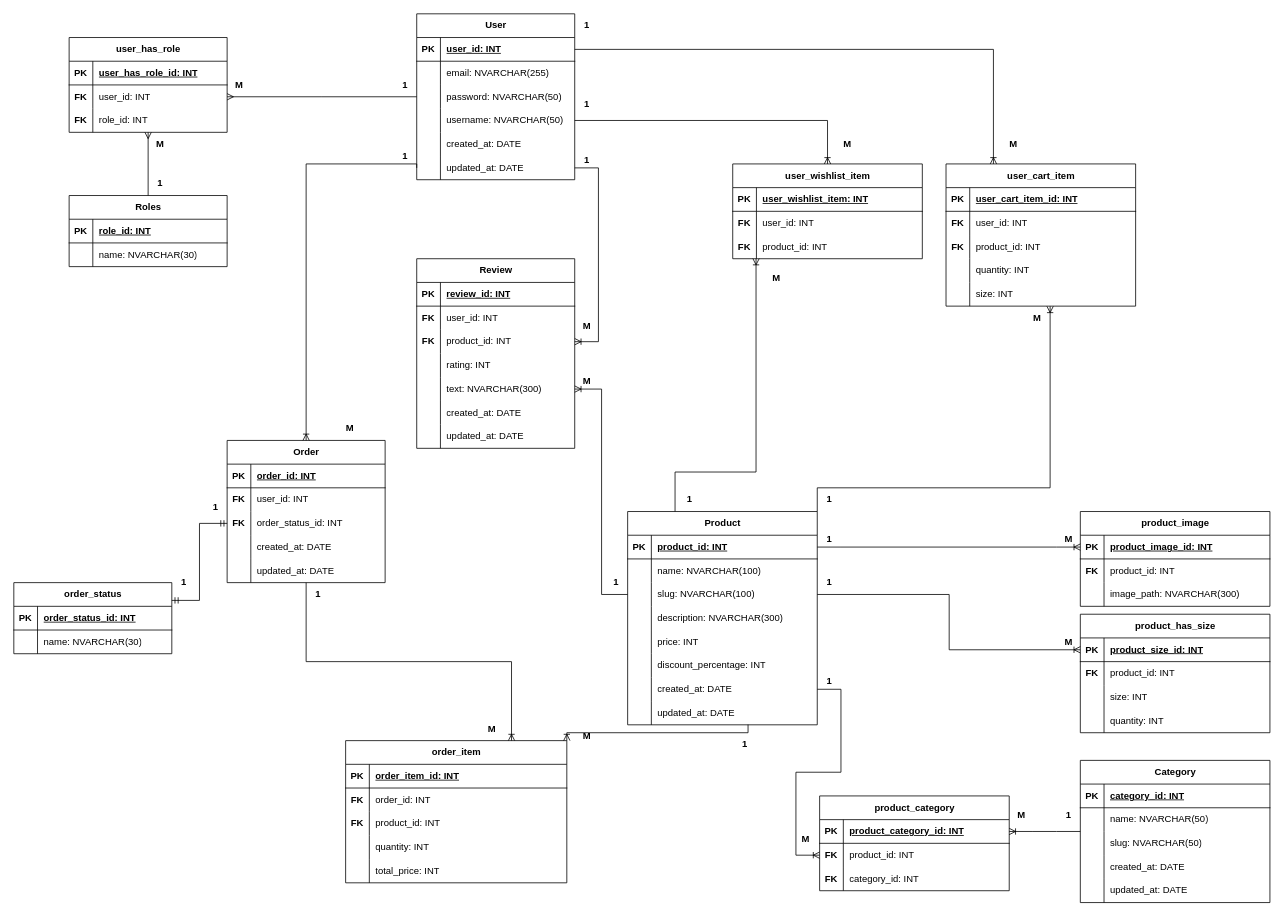
This is docs/ECommerce-ER.drawio from danilovvvladimir/quasar, a draw.io file, before an edit. Source tidied: cells renumbered, new cells numbered last; positions are measured from the earlier drawing's top-left corner, leaving out a move shared by most shapes. Both pictures are drawn from the tidied source at 79%, with x=0, y=0 at pixel (13, 13).
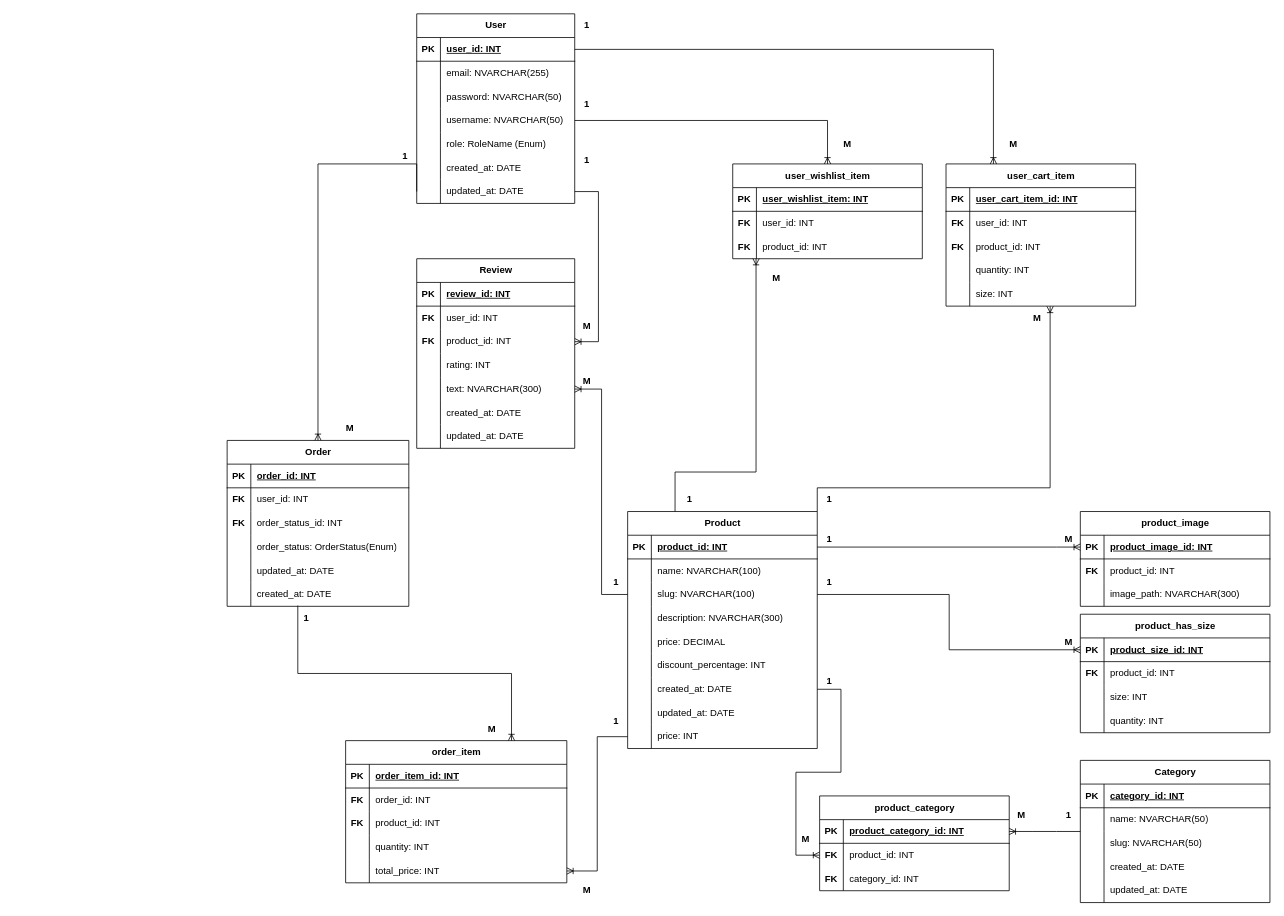
After the change.

Unchanged cells that the change refers to:
```xml
<mxCell id="9" style="shape=tableRow;horizontal=0;startSize=0;swimlaneHead=0;swimlaneBody=0;fillColor=none;points=[[0,0.5],[1,0.5]];portConstraint=eastwest;top=0;left=0;right=0;bottom=0;" parent="2" vertex="1">
  <mxGeometry y="90" width="200" height="30" as="geometry" />
</mxCell>
<mxCell id="34" style="shape=tableRow;horizontal=0;startSize=0;swimlaneHead=0;swimlaneBody=0;fillColor=none;top=0;left=0;right=0;bottom=0;" parent="21" vertex="1">
  <mxGeometry y="150" width="240" height="30" as="geometry" />
</mxCell>
<mxCell id="43" style="shape=tableRow;horizontal=0;startSize=0;swimlaneHead=0;swimlaneBody=0;fillColor=none;points=[[0,0.5],[1,0.5]];portConstraint=eastwest;top=0;left=0;right=0;bottom=0;" parent="21" vertex="1">
  <mxGeometry y="240" width="240" height="30" as="geometry" />
</mxCell>
<mxCell id="107" value="order_item" style="shape=table;startSize=30;childLayout=tableLayout;rowLines=0;fontStyle=1;align=center;html=1;" parent="1" vertex="1">
  <mxGeometry x="420" y="920" width="280" height="180" as="geometry" />
</mxCell>
<mxCell id="120" style="shape=tableRow;horizontal=0;startSize=0;swimlaneHead=0;swimlaneBody=0;fillColor=none;points=[[0,0.5],[1,0.5]];portConstraint=eastwest;top=0;left=0;right=0;bottom=0;" parent="107" vertex="1">
  <mxGeometry y="150" width="280" height="30" as="geometry" />
</mxCell>
```

Change to the diagram source:
```diff
@@
     <mxCell id="2" value="User" style="shape=table;startSize=30;childLayout=tableLayout;rowLines=0;fontStyle=1;align=center;html=1;" parent="1" vertex="1">
-      <mxGeometry x="510" width="200" height="210" as="geometry" />
+      <mxGeometry x="510" width="200" height="240" as="geometry" />
     </mxCell>
@@
+    <mxCell id="247" style="shape=tableRow;horizontal=0;startSize=0;swimlaneHead=0;swimlaneBody=0;fillColor=none;top=0;left=0;right=0;bottom=0;" parent="2" vertex="1">
+      <mxGeometry y="150" width="200" height="30" as="geometry" />
+    </mxCell>
+    <mxCell id="248" style="shape=partialRectangle;fillColor=none;top=0;left=0;bottom=0;right=0;overflow=hidden;whiteSpace=wrap;html=1;" parent="247" vertex="1">
+      <mxGeometry width="30" height="30" as="geometry" />
+    </mxCell>
+    <mxCell id="249" value="role: RoleName (Enum)" style="shape=partialRectangle;fillColor=none;top=0;left=0;bottom=0;right=0;align=left;spacingLeft=6;overflow=hidden;whiteSpace=wrap;html=1;" parent="247" vertex="1">
+      <mxGeometry x="30" width="170" height="30" as="geometry" />
+    </mxCell>
     <mxCell id="15" style="shape=tableRow;horizontal=0;startSize=0;swimlaneHead=0;swimlaneBody=0;fillColor=none;top=0;left=0;right=0;bottom=0;" parent="2" vertex="1">
-      <mxGeometry y="150" width="200" height="30" as="geometry" />
+      <mxGeometry y="180" width="200" height="30" as="geometry" />
     </mxCell>
@@
     <mxCell id="18" style="shape=tableRow;horizontal=0;startSize=0;swimlaneHead=0;swimlaneBody=0;fillColor=none;points=[[0,0.5],[1,0.5]];portConstraint=eastwest;top=0;left=0;right=0;bottom=0;" parent="2" vertex="1">
-      <mxGeometry y="180" width="200" height="30" as="geometry" />
+      <mxGeometry y="210" width="200" height="30" as="geometry" />
     </mxCell>
@@
     <mxCell id="21" value="Product" style="shape=table;startSize=30;childLayout=tableLayout;rowLines=0;fontStyle=1;align=center;html=1;" parent="1" vertex="1">
-      <mxGeometry x="777" y="630" width="240" height="270" as="geometry" />
+      <mxGeometry x="777" y="630" width="240" height="300" as="geometry" />
     </mxCell>
@@
-    <mxCell id="36" value="price: INT" style="shape=partialRectangle;fillColor=none;top=0;left=0;bottom=0;right=0;align=left;spacingLeft=6;overflow=hidden;whiteSpace=wrap;html=1;" parent="34" vertex="1">
+    <mxCell id="36" value="price: DECIMAL" style="shape=partialRectangle;fillColor=none;top=0;left=0;bottom=0;right=0;align=left;spacingLeft=6;overflow=hidden;whiteSpace=wrap;html=1;" parent="34" vertex="1">
       <mxGeometry x="30" width="210" height="30" as="geometry" />
     </mxCell>
@@
-    <mxCell id="46" value="Roles" style="shape=table;startSize=30;childLayout=tableLayout;rowLines=0;fontStyle=1;align=center;html=1;" parent="1" vertex="1">
-      <mxGeometry x="70" y="230" width="200" height="90" as="geometry" />
-    </mxCell>
-    <mxCell id="47" style="shape=tableRow;horizontal=0;startSize=0;swimlaneHead=0;swimlaneBody=0;fillColor=none;top=0;left=0;right=0;bottom=1;" parent="46" vertex="1">
-      <mxGeometry y="30" width="200" height="30" as="geometry" />
-    </mxCell>
-    <mxCell id="48" value="PK" style="shape=partialRectangle;fillColor=none;top=0;left=0;bottom=0;right=0;fontStyle=1;overflow=hidden;whiteSpace=wrap;html=1;" parent="47" vertex="1">
-      <mxGeometry width="30" height="30" as="geometry" />
-    </mxCell>
-    <mxCell id="49" value="role_id: INT" style="shape=partialRectangle;fillColor=none;top=0;left=0;bottom=0;right=0;align=left;spacingLeft=6;fontStyle=5;overflow=hidden;whiteSpace=wrap;html=1;" parent="47" vertex="1">
-      <mxGeometry x="30" width="170" height="30" as="geometry" />
-    </mxCell>
-    <mxCell id="50" style="shape=tableRow;horizontal=0;startSize=0;swimlaneHead=0;swimlaneBody=0;fillColor=none;top=0;left=0;right=0;bottom=0;" parent="46" vertex="1">
-      <mxGeometry y="60" width="200" height="30" as="geometry" />
-    </mxCell>
-    <mxCell id="51" style="shape=partialRectangle;fillColor=none;top=0;left=0;bottom=0;right=0;overflow=hidden;whiteSpace=wrap;html=1;" parent="50" vertex="1">
-      <mxGeometry width="30" height="30" as="geometry" />
-    </mxCell>
-    <mxCell id="52" value="name: NVARCHAR(30)" style="shape=partialRectangle;fillColor=none;top=0;left=0;bottom=0;right=0;align=left;spacingLeft=6;overflow=hidden;whiteSpace=wrap;html=1;" parent="50" vertex="1">
-      <mxGeometry x="30" width="170" height="30" as="geometry" />
-    </mxCell>
+    <mxCell id="250" style="shape=tableRow;horizontal=0;startSize=0;swimlaneHead=0;swimlaneBody=0;fillColor=none;points=[[0,0.5],[1,0.5]];portConstraint=eastwest;top=0;left=0;right=0;bottom=0;" parent="21" vertex="1">
+      <mxGeometry y="270" width="240" height="30" as="geometry" />
+    </mxCell>
+    <mxCell id="251" style="shape=partialRectangle;fillColor=none;top=0;left=0;bottom=0;right=0;overflow=hidden;whiteSpace=wrap;html=1;" parent="250" vertex="1">
+      <mxGeometry width="30" height="30" as="geometry" />
+    </mxCell>
+    <mxCell id="252" value="price: INT" style="shape=partialRectangle;fillColor=none;top=0;left=0;bottom=0;right=0;align=left;spacingLeft=6;overflow=hidden;whiteSpace=wrap;html=1;" parent="250" vertex="1">
+      <mxGeometry x="30" width="210" height="30" as="geometry" />
+    </mxCell>
@@
     <mxCell id="91" value="Order" style="shape=table;startSize=30;childLayout=tableLayout;rowLines=0;fontStyle=1;align=center;html=1;" parent="1" vertex="1">
-      <mxGeometry x="270" y="540" width="200" height="180" as="geometry" />
+      <mxGeometry x="270" y="540" width="230" height="210" as="geometry" />
     </mxCell>
     <mxCell id="92" style="shape=tableRow;horizontal=0;startSize=0;swimlaneHead=0;swimlaneBody=0;fillColor=none;top=0;left=0;right=0;bottom=1;" parent="91" vertex="1">
-      <mxGeometry y="30" width="200" height="30" as="geometry" />
+      <mxGeometry y="30" width="230" height="30" as="geometry" />
     </mxCell>
@@
     <mxCell id="94" value="order_id: INT" style="shape=partialRectangle;fillColor=none;top=0;left=0;bottom=0;right=0;align=left;spacingLeft=6;fontStyle=5;overflow=hidden;whiteSpace=wrap;html=1;" parent="92" vertex="1">
-      <mxGeometry x="30" width="170" height="30" as="geometry" />
+      <mxGeometry x="30" width="200" height="30" as="geometry" />
     </mxCell>
     <mxCell id="95" style="shape=tableRow;horizontal=0;startSize=0;swimlaneHead=0;swimlaneBody=0;fillColor=none;top=0;left=0;right=0;bottom=0;" parent="91" vertex="1">
-      <mxGeometry y="60" width="200" height="30" as="geometry" />
+      <mxGeometry y="60" width="230" height="30" as="geometry" />
     </mxCell>
@@
     <mxCell id="97" value="user_id: INT" style="shape=partialRectangle;fillColor=none;top=0;left=0;bottom=0;right=0;align=left;spacingLeft=6;overflow=hidden;whiteSpace=wrap;html=1;" parent="95" vertex="1">
-      <mxGeometry x="30" width="170" height="30" as="geometry" />
+      <mxGeometry x="30" width="200" height="30" as="geometry" />
     </mxCell>
     <mxCell id="98" style="shape=tableRow;horizontal=0;startSize=0;swimlaneHead=0;swimlaneBody=0;fillColor=none;points=[[0,0.5],[1,0.5]];portConstraint=eastwest;top=0;left=0;right=0;bottom=0;" parent="91" vertex="1">
-      <mxGeometry y="90" width="200" height="30" as="geometry" />
+      <mxGeometry y="90" width="230" height="30" as="geometry" />
     </mxCell>
@@
     <mxCell id="100" value="order_status_id: INT" style="shape=partialRectangle;fillColor=none;top=0;left=0;bottom=0;right=0;align=left;spacingLeft=6;overflow=hidden;whiteSpace=wrap;html=1;" parent="98" vertex="1">
-      <mxGeometry x="30" width="170" height="30" as="geometry" />
+      <mxGeometry x="30" width="200" height="30" as="geometry" />
     </mxCell>
     <mxCell id="101" style="shape=tableRow;horizontal=0;startSize=0;swimlaneHead=0;swimlaneBody=0;fillColor=none;top=0;left=0;right=0;bottom=0;" parent="91" vertex="1">
-      <mxGeometry y="120" width="200" height="30" as="geometry" />
+      <mxGeometry y="120" width="230" height="30" as="geometry" />
     </mxCell>
@@
-    <mxCell id="103" value="created_at: DATE" style="shape=partialRectangle;fillColor=none;top=0;left=0;bottom=0;right=0;align=left;spacingLeft=6;overflow=hidden;whiteSpace=wrap;html=1;" parent="101" vertex="1">
-      <mxGeometry x="30" width="170" height="30" as="geometry" />
+    <mxCell id="103" value="order_status: OrderStatus(Enum)" style="shape=partialRectangle;fillColor=none;top=0;left=0;bottom=0;right=0;align=left;spacingLeft=6;overflow=hidden;whiteSpace=wrap;html=1;" parent="101" vertex="1">
+      <mxGeometry x="30" width="200" height="30" as="geometry" />
     </mxCell>
     <mxCell id="104" style="shape=tableRow;horizontal=0;startSize=0;swimlaneHead=0;swimlaneBody=0;fillColor=none;points=[[0,0.5],[1,0.5]];portConstraint=eastwest;top=0;left=0;right=0;bottom=0;" parent="91" vertex="1">
-      <mxGeometry y="150" width="200" height="30" as="geometry" />
+      <mxGeometry y="150" width="230" height="30" as="geometry" />
     </mxCell>
@@
     <mxCell id="106" value="updated_at: DATE" style="shape=partialRectangle;fillColor=none;top=0;left=0;bottom=0;right=0;align=left;spacingLeft=6;overflow=hidden;whiteSpace=wrap;html=1;" parent="104" vertex="1">
-      <mxGeometry x="30" width="170" height="30" as="geometry" />
+      <mxGeometry x="30" width="200" height="30" as="geometry" />
     </mxCell>
+    <mxCell id="253" style="shape=tableRow;horizontal=0;startSize=0;swimlaneHead=0;swimlaneBody=0;fillColor=none;points=[[0,0.5],[1,0.5]];portConstraint=eastwest;top=0;left=0;right=0;bottom=0;" parent="91" vertex="1">
+      <mxGeometry y="180" width="230" height="30" as="geometry" />
+    </mxCell>
+    <mxCell id="254" style="shape=partialRectangle;fillColor=none;top=0;left=0;bottom=0;right=0;overflow=hidden;whiteSpace=wrap;html=1;" parent="253" vertex="1">
+      <mxGeometry width="30" height="30" as="geometry" />
+    </mxCell>
+    <mxCell id="255" value="created_at: DATE" style="shape=partialRectangle;fillColor=none;top=0;left=0;bottom=0;right=0;align=left;spacingLeft=6;overflow=hidden;whiteSpace=wrap;html=1;" parent="253" vertex="1">
+      <mxGeometry x="30" width="200" height="30" as="geometry" />
+    </mxCell>
@@
-    <mxCell id="159" value="order_status" style="shape=table;startSize=30;childLayout=tableLayout;rowLines=0;fontStyle=1;align=center;html=1;" parent="1" vertex="1">
-      <mxGeometry y="720" width="200" height="90" as="geometry" />
-    </mxCell>
-    <mxCell id="160" style="shape=tableRow;horizontal=0;startSize=0;swimlaneHead=0;swimlaneBody=0;fillColor=none;top=0;left=0;right=0;bottom=1;" parent="159" vertex="1">
-      <mxGeometry y="30" width="200" height="30" as="geometry" />
-    </mxCell>
-    <mxCell id="161" value="PK" style="shape=partialRectangle;fillColor=none;top=0;left=0;bottom=0;right=0;fontStyle=1;overflow=hidden;whiteSpace=wrap;html=1;" parent="160" vertex="1">
-      <mxGeometry width="30" height="30" as="geometry" />
-    </mxCell>
-    <mxCell id="162" value="order_status_id: INT" style="shape=partialRectangle;fillColor=none;top=0;left=0;bottom=0;right=0;align=left;spacingLeft=6;fontStyle=5;overflow=hidden;whiteSpace=wrap;html=1;" parent="160" vertex="1">
-      <mxGeometry x="30" width="170" height="30" as="geometry" />
-    </mxCell>
-    <mxCell id="163" style="shape=tableRow;horizontal=0;startSize=0;swimlaneHead=0;swimlaneBody=0;fillColor=none;top=0;left=0;right=0;bottom=0;" parent="159" vertex="1">
-      <mxGeometry y="60" width="200" height="30" as="geometry" />
-    </mxCell>
-    <mxCell id="164" style="shape=partialRectangle;fillColor=none;top=0;left=0;bottom=0;right=0;overflow=hidden;whiteSpace=wrap;html=1;" parent="163" vertex="1">
-      <mxGeometry width="30" height="30" as="geometry" />
-    </mxCell>
-    <mxCell id="165" value="name: NVARCHAR(30)" style="shape=partialRectangle;fillColor=none;top=0;left=0;bottom=0;right=0;align=left;spacingLeft=6;overflow=hidden;whiteSpace=wrap;html=1;" parent="163" vertex="1">
-      <mxGeometry x="30" width="170" height="30" as="geometry" />
-    </mxCell>
@@
-    <mxCell id="177" style="edgeStyle=elbowEdgeStyle;fontSize=12;html=1;endArrow=ERmandOne;startArrow=ERmandOne;rounded=0;exitX=1;exitY=0.25;exitDx=0;exitDy=0;entryX=0;entryY=0.5;entryDx=0;entryDy=0;" parent="1" edge="1" source="159" target="98">
-      <mxGeometry relative="1" as="geometry" />
-    </mxCell>
-    <mxCell id="178" style="edgeStyle=elbowEdgeStyle;fontSize=12;html=1;endArrow=ERoneToMany;rounded=0;entryX=0.75;entryY=0;entryDx=0;entryDy=0;elbow=vertical;" parent="1" edge="1" source="104" target="107">
+    <mxCell id="178" style="edgeStyle=elbowEdgeStyle;fontSize=12;html=1;endArrow=ERoneToMany;rounded=0;entryX=0.75;entryY=0;entryDx=0;entryDy=0;elbow=vertical;exitX=0.389;exitY=0.969;exitDx=0;exitDy=0;exitPerimeter=0;" parent="1" edge="1" source="253" target="107">
       <mxGeometry relative="1" as="geometry" />
     </mxCell>
@@
-    <mxCell id="183" style="edgeStyle=elbowEdgeStyle;fontSize=12;html=1;endArrow=ERoneToMany;rounded=0;exitX=0.635;exitY=0.992;exitDx=0;exitDy=0;entryX=1;entryY=0;entryDx=0;entryDy=0;exitPerimeter=0;elbow=vertical;" parent="1" edge="1" source="43" target="107">
+    <mxCell id="183" style="edgeStyle=orthogonalEdgeStyle;fontSize=12;html=1;endArrow=ERoneToMany;rounded=0;exitX=0;exitY=0.5;exitDx=0;exitDy=0;entryX=1;entryY=0.5;entryDx=0;entryDy=0;elbow=vertical;" parent="1" edge="1" source="250" target="120">
       <mxGeometry relative="1" as="geometry" />
     </mxCell>
@@
-    <mxCell id="190" value="&lt;b&gt;1&lt;/b&gt;" style="text;html=1;align=center;verticalAlign=middle;strokeColor=none;fillColor=none;" parent="1" vertex="1">
-      <mxGeometry x="170" y="200" width="30" height="30" as="geometry" />
-    </mxCell>
-    <mxCell id="191" value="&lt;b&gt;1&lt;/b&gt;" style="text;html=1;align=center;verticalAlign=middle;strokeColor=none;fillColor=none;" parent="1" vertex="1">
-      <mxGeometry x="480" y="75" width="30" height="30" as="geometry" />
-    </mxCell>
@@
     <mxCell id="203" value="&lt;b&gt;1&lt;/b&gt;" style="text;html=1;align=center;verticalAlign=middle;strokeColor=none;fillColor=none;" parent="1" vertex="1">
-      <mxGeometry x="910" y="910" width="30" height="30" as="geometry" />
+      <mxGeometry x="747" y="880" width="30" height="30" as="geometry" />
     </mxCell>
     <mxCell id="204" value="&lt;b&gt;1&lt;/b&gt;" style="text;html=1;align=center;verticalAlign=middle;strokeColor=none;fillColor=none;" parent="1" vertex="1">
-      <mxGeometry x="370" y="720" width="30" height="30" as="geometry" />
+      <mxGeometry x="355" y="750" width="30" height="30" as="geometry" />
     </mxCell>
-    <mxCell id="205" value="&lt;b&gt;1&lt;/b&gt;" style="text;html=1;align=center;verticalAlign=middle;strokeColor=none;fillColor=none;" parent="1" vertex="1">
-      <mxGeometry x="200" y="705" width="30" height="30" as="geometry" />
-    </mxCell>
-    <mxCell id="206" value="&lt;b&gt;1&lt;/b&gt;" style="text;html=1;align=center;verticalAlign=middle;strokeColor=none;fillColor=none;" parent="1" vertex="1">
-      <mxGeometry x="240" y="610" width="30" height="30" as="geometry" />
-    </mxCell>
@@
-    <mxCell id="208" value="user_has_role" style="shape=table;startSize=30;childLayout=tableLayout;rowLines=0;fontStyle=1;align=center;html=1;" parent="1" vertex="1">
-      <mxGeometry x="70" y="30" width="200" height="120" as="geometry" />
-    </mxCell>
-    <mxCell id="209" style="shape=tableRow;horizontal=0;startSize=0;swimlaneHead=0;swimlaneBody=0;fillColor=none;top=0;left=0;right=0;bottom=1;" parent="208" vertex="1">
-      <mxGeometry y="30" width="200" height="30" as="geometry" />
-    </mxCell>
-    <mxCell id="210" value="PK" style="shape=partialRectangle;fillColor=none;top=0;left=0;bottom=0;right=0;fontStyle=1;overflow=hidden;whiteSpace=wrap;html=1;" parent="209" vertex="1">
-      <mxGeometry width="30" height="30" as="geometry" />
-    </mxCell>
-    <mxCell id="211" value="user_has_role_id: INT" style="shape=partialRectangle;fillColor=none;top=0;left=0;bottom=0;right=0;align=left;spacingLeft=6;fontStyle=5;overflow=hidden;whiteSpace=wrap;html=1;" parent="209" vertex="1">
-      <mxGeometry x="30" width="170" height="30" as="geometry" />
-    </mxCell>
-    <mxCell id="212" style="shape=tableRow;horizontal=0;startSize=0;swimlaneHead=0;swimlaneBody=0;fillColor=none;points=[[0,0.5],[1,0.5]];portConstraint=eastwest;top=0;left=0;right=0;bottom=0;" parent="208" vertex="1">
-      <mxGeometry y="60" width="200" height="30" as="geometry" />
-    </mxCell>
-    <mxCell id="213" value="&lt;b style=&quot;border-color: var(--border-color);&quot;&gt;FK&lt;/b&gt;" style="shape=partialRectangle;fillColor=none;top=0;left=0;bottom=0;right=0;overflow=hidden;whiteSpace=wrap;html=1;" parent="212" vertex="1">
-      <mxGeometry width="30" height="30" as="geometry" />
-    </mxCell>
-    <mxCell id="214" value="user_id: INT" style="shape=partialRectangle;fillColor=none;top=0;left=0;bottom=0;right=0;align=left;spacingLeft=6;overflow=hidden;whiteSpace=wrap;html=1;" parent="212" vertex="1">
-      <mxGeometry x="30" width="170" height="30" as="geometry" />
-    </mxCell>
-    <mxCell id="215" style="shape=tableRow;horizontal=0;startSize=0;swimlaneHead=0;swimlaneBody=0;fillColor=none;top=0;left=0;right=0;bottom=0;" parent="208" vertex="1">
-      <mxGeometry y="90" width="200" height="30" as="geometry" />
-    </mxCell>
-    <mxCell id="216" value="&lt;b style=&quot;border-color: var(--border-color);&quot;&gt;FK&lt;/b&gt;" style="shape=partialRectangle;fillColor=none;top=0;left=0;bottom=0;right=0;overflow=hidden;whiteSpace=wrap;html=1;" parent="215" vertex="1">
-      <mxGeometry width="30" height="30" as="geometry" />
-    </mxCell>
-    <mxCell id="217" value="role_id: INT" style="shape=partialRectangle;fillColor=none;top=0;left=0;bottom=0;right=0;align=left;spacingLeft=6;overflow=hidden;whiteSpace=wrap;html=1;" parent="215" vertex="1">
-      <mxGeometry x="30" width="170" height="30" as="geometry" />
-    </mxCell>
-    <mxCell id="218" style="fontSize=12;html=1;endArrow=ERmany;rounded=0;exitX=0;exitY=0.5;exitDx=0;exitDy=0;entryX=1;entryY=0.5;entryDx=0;entryDy=0;edgeStyle=elbowEdgeStyle;" parent="1" edge="1" source="9" target="212">
-      <mxGeometry relative="1" as="geometry" />
-    </mxCell>
-    <mxCell id="219" style="fontSize=12;html=1;endArrow=ERmany;rounded=0;exitX=0.5;exitY=0;exitDx=0;exitDy=0;elbow=vertical;" parent="1" edge="1" source="46">
-      <mxGeometry relative="1" as="geometry">
-        <mxPoint x="170" y="150" as="targetPoint" />
-      </mxGeometry>
-    </mxCell>
-    <mxCell id="220" value="&lt;b&gt;M&lt;/b&gt;" style="text;html=1;align=center;verticalAlign=middle;strokeColor=none;fillColor=none;" parent="1" vertex="1">
-      <mxGeometry x="270" y="75" width="30" height="30" as="geometry" />
-    </mxCell>
-    <mxCell id="221" value="&lt;b&gt;M&lt;/b&gt;" style="text;html=1;align=center;verticalAlign=middle;strokeColor=none;fillColor=none;" parent="1" vertex="1">
-      <mxGeometry x="170" y="150" width="30" height="30" as="geometry" />
-    </mxCell>
@@
     <mxCell id="244" value="&lt;b&gt;M&lt;/b&gt;" style="text;html=1;align=center;verticalAlign=middle;strokeColor=none;fillColor=none;" parent="1" vertex="1">
-      <mxGeometry x="710" y="900" width="30" height="30" as="geometry" />
+      <mxGeometry x="710" y="1095" width="30" height="30" as="geometry" />
     </mxCell>
```
